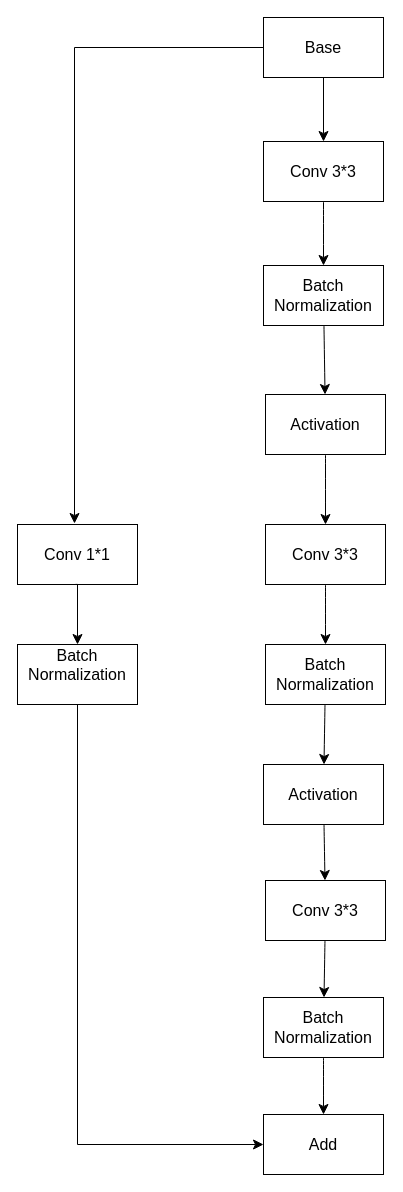
sumitmandalsm359/sumitmandalsm359 keeps this draw.io diagram as Untitled Diagram.drawio. Above is the earlier version. Source tidied: cells renumbered, new cells numbered last; positions are measured from the earlier drawing's top-left corner, leaving out a move shared by most shapes. Both pictures are drawn from the tidied source at 100%, with x=0, y=0 at pixel (17, 17).
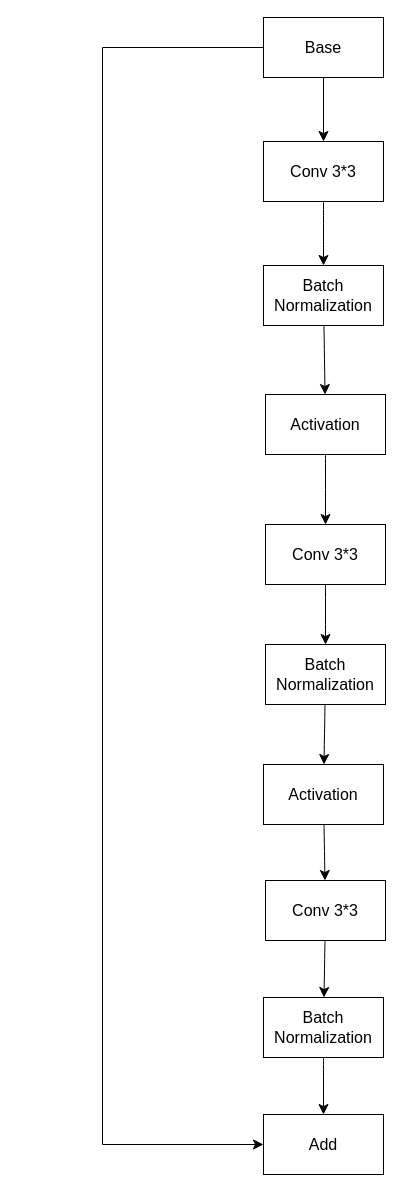
Above is the later version.

Unchanged cells that the change refers to:
```xml
<mxCell id="7" value="Base" style="rounded=0;whiteSpace=wrap;html=1;fontSize=16;" parent="1" vertex="1">
  <mxGeometry x="246" width="120" height="60" as="geometry" />
</mxCell>
<mxCell id="8" value="Add" style="rounded=0;whiteSpace=wrap;html=1;fontSize=16;" parent="1" vertex="1">
  <mxGeometry x="246" y="1097" width="120" height="60" as="geometry" />
</mxCell>
```

What changed in the source:
```diff
@@
-    <mxCell id="6" value="&#10;&lt;span style=&quot;color: rgb(0, 0, 0); font-family: Helvetica; font-size: 16px; font-style: normal; font-variant-ligatures: normal; font-variant-caps: normal; font-weight: 400; letter-spacing: normal; orphans: 2; text-align: center; text-indent: 0px; text-transform: none; widows: 2; word-spacing: 0px; -webkit-text-stroke-width: 0px; background-color: rgb(255, 255, 255); text-decoration-thickness: initial; text-decoration-style: initial; text-decoration-color: initial; float: none; display: inline !important;&quot;&gt;Batch Normalization&lt;/span&gt;&#10;&#10;" style="rounded=0;whiteSpace=wrap;html=1;fontSize=16;" parent="1" vertex="1">
-      <mxGeometry y="627" width="120" height="60" as="geometry" />
-    </mxCell>
@@
-    <mxCell id="11" value="Conv 1*1" style="rounded=0;whiteSpace=wrap;html=1;fontSize=16;" parent="1" vertex="1">
-      <mxGeometry y="507" width="120" height="60" as="geometry" />
-    </mxCell>
@@
-    <mxCell id="22" style="edgeStyle=segmentEdgeStyle;endArrow=classic;html=1;curved=0;rounded=0;endSize=8;startSize=8;fontSize=12;" parent="1" edge="1" source="6" target="8">
-      <mxGeometry relative="1" as="geometry">
-        <Array as="points">
-          <mxPoint x="60" y="1127" />
-        </Array>
-      </mxGeometry>
-    </mxCell>
-    <mxCell id="23" style="edgeStyle=segmentEdgeStyle;endArrow=classic;html=1;curved=0;rounded=0;endSize=8;startSize=8;fontSize=12;" parent="1" edge="1" target="6">
-      <mxGeometry relative="1" as="geometry">
-        <mxPoint x="58" y="566.9" as="sourcePoint" />
-      </mxGeometry>
-    </mxCell>
-    <mxCell id="24" style="edgeStyle=segmentEdgeStyle;endArrow=classic;html=1;curved=0;rounded=0;endSize=8;startSize=8;fontSize=12;exitX=0;exitY=0.5;exitDx=0;exitDy=0;" parent="1" edge="1" source="7">
-      <mxGeometry relative="1" as="geometry">
-        <mxPoint x="57" y="506" as="targetPoint" />
-      </mxGeometry>
-    </mxCell>
@@
+    <mxCell id="26" style="edgeStyle=elbowEdgeStyle;elbow=horizontal;endArrow=classic;html=1;curved=0;rounded=0;endSize=8;startSize=8;fontSize=12;entryX=0;entryY=0.5;entryDx=0;entryDy=0;exitX=0;exitY=0.5;exitDx=0;exitDy=0;" parent="1" edge="1" source="7" target="8">
+      <mxGeometry relative="1" as="geometry">
+        <Array as="points">
+          <mxPoint x="85" y="647" />
+        </Array>
+      </mxGeometry>
+    </mxCell>
```
